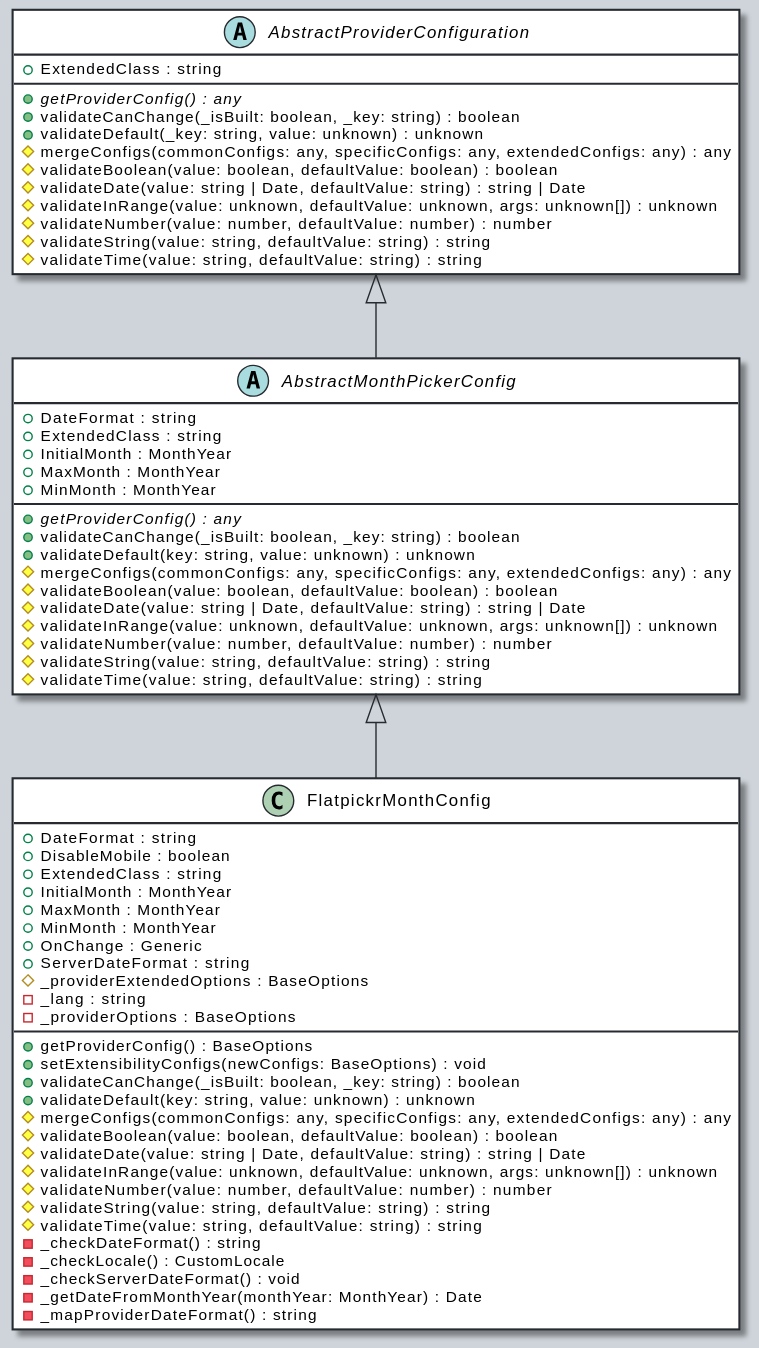
The PlantUML diagram docs/assets/AbstractMonthPickerConfig-umlClassDiagram-4220.svg in OutSystems/outsystems-ui, before a commit.
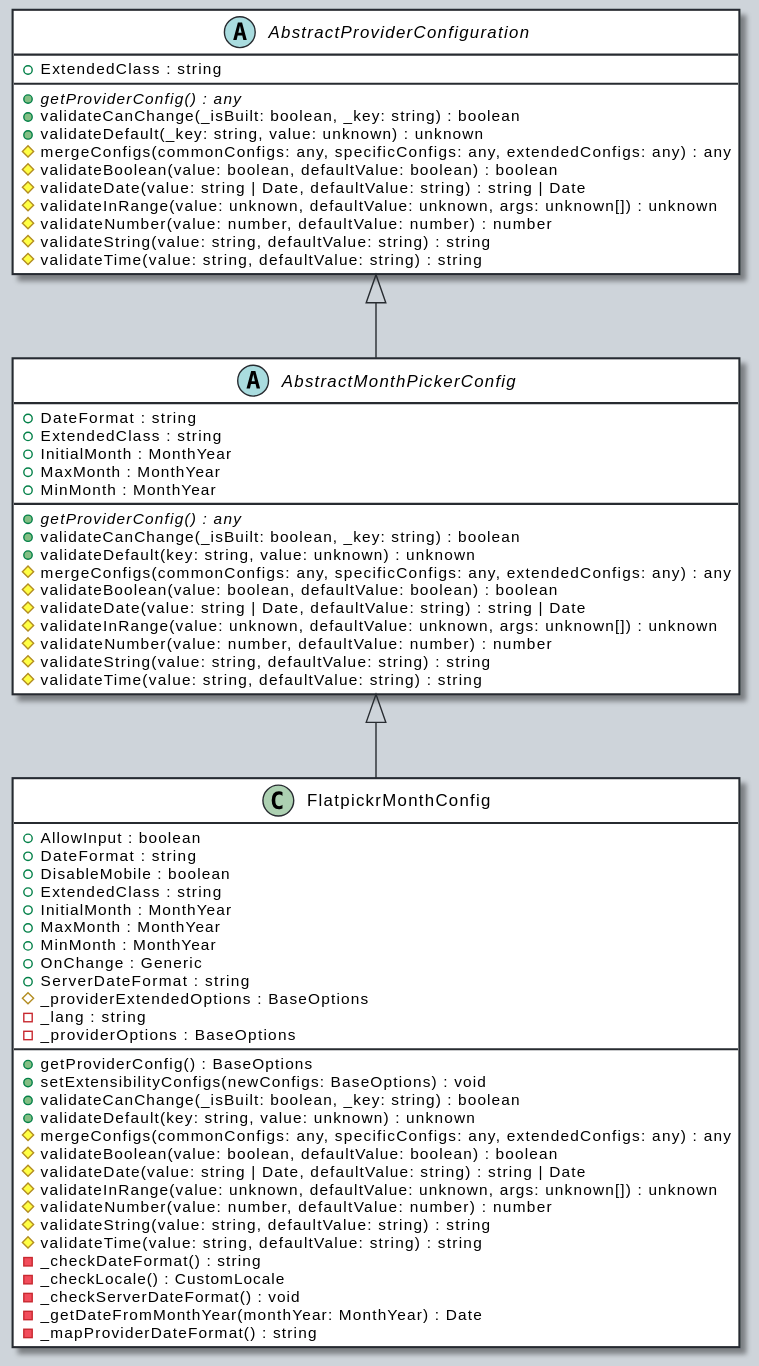
After the change.

Diff of the diagram source:
```diff
@@ -37,6 +37,7 @@
 }
 "AbstractProviderConfiguration" <|-- "AbstractMonthPickerConfig"
 class "FlatpickrMonthConfig" {
+    +AllowInput : boolean
     +DateFormat : string
     +DisableMobile : boolean
     +ExtendedClass : string
```
